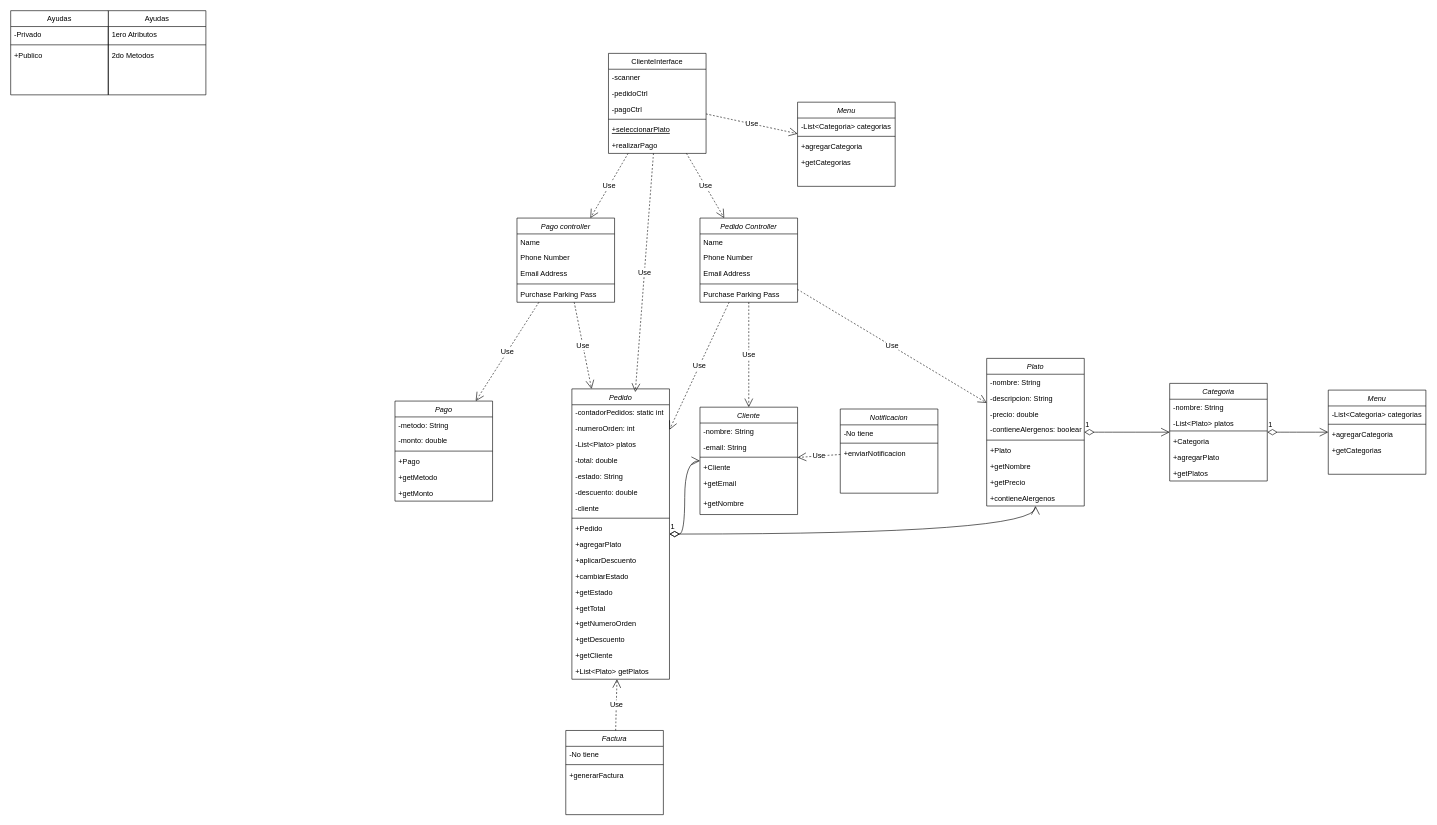
This is src/Diagramas/Diagrama sin título.drawio from fjonasuade/PedidosYa-PDS, a draw.io file, before an edit. Source tidied: cells renumbered, new cells numbered last; positions are measured from the earlier drawing's top-left corner, leaving out a move shared by most shapes. Both pictures are drawn from the tidied source at 61%, with x=0, y=0 at pixel (10, 10).
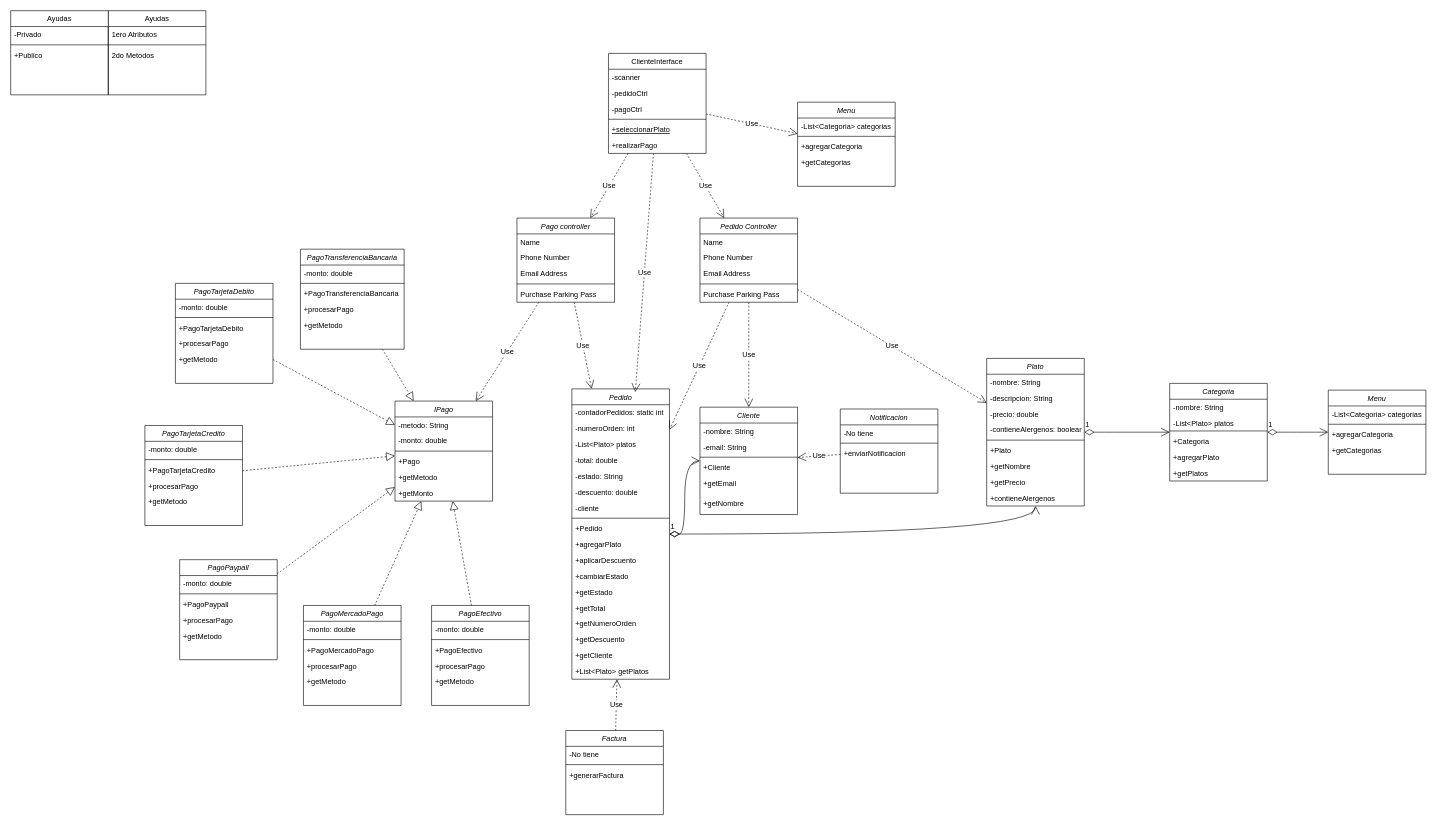
The same diagram, later.

Diff of the diagram source:
```diff
@@
-    <mxCell id="22" value="Pago&#10;" style="swimlane;fontStyle=2;align=center;verticalAlign=top;horizontal=1;startSize=26;rounded=0;shadow=0;strokeWidth=1;" parent="1" vertex="1">
+    <mxCell id="22" value="IPago&#10;" style="swimlane;fontStyle=2;align=center;verticalAlign=top;horizontal=1;startSize=26;rounded=0;shadow=0;strokeWidth=1;" parent="1" vertex="1">
       <mxGeometry x="630" y="640" width="160" height="164" as="geometry" />
     </mxCell>
@@
+    <mxCell id="112" value="PagoEfectivo&#10;" style="swimlane;fontStyle=2;align=center;verticalAlign=top;horizontal=1;startSize=26;rounded=0;shadow=0;strokeWidth=1;" parent="1" vertex="1">
+      <mxGeometry x="690" y="975" width="160" height="164" as="geometry" />
+    </mxCell>
+    <mxCell id="113" value="-monto: double" style="text;align=left;verticalAlign=top;spacingLeft=4;spacingRight=4;overflow=hidden;rounded=0;shadow=0;html=0;" parent="112" vertex="1">
+      <mxGeometry y="26" width="160" height="26" as="geometry" />
+    </mxCell>
+    <mxCell id="114" style="line;html=1;strokeWidth=1;align=left;verticalAlign=middle;spacingTop=-1;spacingLeft=3;spacingRight=3;labelPosition=right;" parent="112" vertex="1">
+      <mxGeometry y="52" width="160" height="8" as="geometry" />
+    </mxCell>
+    <mxCell id="115" value="+PagoEfectivo" style="text;align=left;verticalAlign=top;spacingLeft=4;spacingRight=4;overflow=hidden;" parent="112" vertex="1">
+      <mxGeometry y="60" width="160" height="26" as="geometry" />
+    </mxCell>
+    <mxCell id="116" value="+procesarPago" style="text;align=left;verticalAlign=top;spacingLeft=4;spacingRight=4;overflow=hidden;" parent="112" vertex="1">
+      <mxGeometry y="86" width="160" height="26" as="geometry" />
+    </mxCell>
+    <mxCell id="117" value="+getMetodo" style="text;align=left;verticalAlign=top;spacingLeft=4;spacingRight=4;overflow=hidden;" parent="112" vertex="1">
+      <mxGeometry y="112" width="160" height="26" as="geometry" />
+    </mxCell>
+    <mxCell id="118" value="PagoMercadoPago&#10;" style="swimlane;fontStyle=2;align=center;verticalAlign=top;horizontal=1;startSize=26;rounded=0;shadow=0;strokeWidth=1;" parent="1" vertex="1">
+      <mxGeometry x="480" y="975" width="160" height="164" as="geometry" />
+    </mxCell>
+    <mxCell id="119" value="-monto: double" style="text;align=left;verticalAlign=top;spacingLeft=4;spacingRight=4;overflow=hidden;rounded=0;shadow=0;html=0;" parent="118" vertex="1">
+      <mxGeometry y="26" width="160" height="26" as="geometry" />
+    </mxCell>
+    <mxCell id="120" style="line;html=1;strokeWidth=1;align=left;verticalAlign=middle;spacingTop=-1;spacingLeft=3;spacingRight=3;labelPosition=right;" parent="118" vertex="1">
+      <mxGeometry y="52" width="160" height="8" as="geometry" />
+    </mxCell>
+    <mxCell id="121" value="+PagoMercadoPago" style="text;align=left;verticalAlign=top;spacingLeft=4;spacingRight=4;overflow=hidden;" parent="118" vertex="1">
+      <mxGeometry y="60" width="160" height="26" as="geometry" />
+    </mxCell>
+    <mxCell id="122" value="+procesarPago" style="text;align=left;verticalAlign=top;spacingLeft=4;spacingRight=4;overflow=hidden;" parent="118" vertex="1">
+      <mxGeometry y="86" width="160" height="26" as="geometry" />
+    </mxCell>
+    <mxCell id="123" value="+getMetodo" style="text;align=left;verticalAlign=top;spacingLeft=4;spacingRight=4;overflow=hidden;" parent="118" vertex="1">
+      <mxGeometry y="112" width="160" height="26" as="geometry" />
+    </mxCell>
+    <mxCell id="124" value="PagoPaypall&#10;" style="swimlane;fontStyle=2;align=center;verticalAlign=top;horizontal=1;startSize=26;rounded=0;shadow=0;strokeWidth=1;" parent="1" vertex="1">
+      <mxGeometry x="277" y="900" width="160" height="164" as="geometry" />
+    </mxCell>
+    <mxCell id="125" value="-monto: double" style="text;align=left;verticalAlign=top;spacingLeft=4;spacingRight=4;overflow=hidden;rounded=0;shadow=0;html=0;" parent="124" vertex="1">
+      <mxGeometry y="26" width="160" height="26" as="geometry" />
+    </mxCell>
+    <mxCell id="126" style="line;html=1;strokeWidth=1;align=left;verticalAlign=middle;spacingTop=-1;spacingLeft=3;spacingRight=3;labelPosition=right;" parent="124" vertex="1">
+      <mxGeometry y="52" width="160" height="8" as="geometry" />
+    </mxCell>
+    <mxCell id="127" value="+PagoPaypall&#10;" style="text;align=left;verticalAlign=top;spacingLeft=4;spacingRight=4;overflow=hidden;" parent="124" vertex="1">
+      <mxGeometry y="60" width="160" height="26" as="geometry" />
+    </mxCell>
+    <mxCell id="128" value="+procesarPago" style="text;align=left;verticalAlign=top;spacingLeft=4;spacingRight=4;overflow=hidden;" parent="124" vertex="1">
+      <mxGeometry y="86" width="160" height="26" as="geometry" />
+    </mxCell>
+    <mxCell id="129" value="+getMetodo" style="text;align=left;verticalAlign=top;spacingLeft=4;spacingRight=4;overflow=hidden;" parent="124" vertex="1">
+      <mxGeometry y="112" width="160" height="26" as="geometry" />
+    </mxCell>
+    <mxCell id="130" value="PagoTarjetaCredito&#10;" style="swimlane;fontStyle=2;align=center;verticalAlign=top;horizontal=1;startSize=26;rounded=0;shadow=0;strokeWidth=1;" parent="1" vertex="1">
+      <mxGeometry x="220" y="680" width="160" height="164" as="geometry" />
+    </mxCell>
+    <mxCell id="131" value="-monto: double" style="text;align=left;verticalAlign=top;spacingLeft=4;spacingRight=4;overflow=hidden;rounded=0;shadow=0;html=0;" parent="130" vertex="1">
+      <mxGeometry y="26" width="160" height="26" as="geometry" />
+    </mxCell>
+    <mxCell id="132" style="line;html=1;strokeWidth=1;align=left;verticalAlign=middle;spacingTop=-1;spacingLeft=3;spacingRight=3;labelPosition=right;" parent="130" vertex="1">
+      <mxGeometry y="52" width="160" height="8" as="geometry" />
+    </mxCell>
+    <mxCell id="133" value="+PagoTarjetaCredito" style="text;align=left;verticalAlign=top;spacingLeft=4;spacingRight=4;overflow=hidden;" parent="130" vertex="1">
+      <mxGeometry y="60" width="160" height="26" as="geometry" />
+    </mxCell>
+    <mxCell id="134" value="+procesarPago" style="text;align=left;verticalAlign=top;spacingLeft=4;spacingRight=4;overflow=hidden;" parent="130" vertex="1">
+      <mxGeometry y="86" width="160" height="26" as="geometry" />
+    </mxCell>
+    <mxCell id="135" value="+getMetodo" style="text;align=left;verticalAlign=top;spacingLeft=4;spacingRight=4;overflow=hidden;" parent="130" vertex="1">
+      <mxGeometry y="112" width="160" height="26" as="geometry" />
+    </mxCell>
+    <mxCell id="136" value="PagoTarjetaDebito&#10;" style="swimlane;fontStyle=2;align=center;verticalAlign=top;horizontal=1;startSize=26;rounded=0;shadow=0;strokeWidth=1;" parent="1" vertex="1">
+      <mxGeometry x="270" y="447" width="160" height="164" as="geometry" />
+    </mxCell>
+    <mxCell id="137" value="-monto: double" style="text;align=left;verticalAlign=top;spacingLeft=4;spacingRight=4;overflow=hidden;rounded=0;shadow=0;html=0;" parent="136" vertex="1">
+      <mxGeometry y="26" width="160" height="26" as="geometry" />
+    </mxCell>
+    <mxCell id="138" style="line;html=1;strokeWidth=1;align=left;verticalAlign=middle;spacingTop=-1;spacingLeft=3;spacingRight=3;labelPosition=right;" parent="136" vertex="1">
+      <mxGeometry y="52" width="160" height="8" as="geometry" />
+    </mxCell>
+    <mxCell id="139" value="+PagoTarjetaDebito" style="text;align=left;verticalAlign=top;spacingLeft=4;spacingRight=4;overflow=hidden;" parent="136" vertex="1">
+      <mxGeometry y="60" width="160" height="26" as="geometry" />
+    </mxCell>
+    <mxCell id="140" value="+procesarPago&#10;" style="text;align=left;verticalAlign=top;spacingLeft=4;spacingRight=4;overflow=hidden;" parent="136" vertex="1">
+      <mxGeometry y="86" width="160" height="26" as="geometry" />
+    </mxCell>
+    <mxCell id="141" value="+getMetodo" style="text;align=left;verticalAlign=top;spacingLeft=4;spacingRight=4;overflow=hidden;" parent="136" vertex="1">
+      <mxGeometry y="112" width="160" height="26" as="geometry" />
+    </mxCell>
+    <mxCell id="142" value="PagoTransferenciaBancaria" style="swimlane;fontStyle=2;align=center;verticalAlign=top;horizontal=1;startSize=26;rounded=0;shadow=0;strokeWidth=1;" parent="1" vertex="1">
+      <mxGeometry x="475" y="391" width="170" height="164" as="geometry" />
+    </mxCell>
+    <mxCell id="143" value="-monto: double" style="text;align=left;verticalAlign=top;spacingLeft=4;spacingRight=4;overflow=hidden;rounded=0;shadow=0;html=0;" parent="142" vertex="1">
+      <mxGeometry y="26" width="170" height="26" as="geometry" />
+    </mxCell>
+    <mxCell id="144" style="line;html=1;strokeWidth=1;align=left;verticalAlign=middle;spacingTop=-1;spacingLeft=3;spacingRight=3;labelPosition=right;" parent="142" vertex="1">
+      <mxGeometry y="52" width="170" height="8" as="geometry" />
+    </mxCell>
+    <mxCell id="145" value="+PagoTransferenciaBancaria" style="text;align=left;verticalAlign=top;spacingLeft=4;spacingRight=4;overflow=hidden;" parent="142" vertex="1">
+      <mxGeometry y="60" width="170" height="26" as="geometry" />
+    </mxCell>
+    <mxCell id="146" value="+procesarPago" style="text;align=left;verticalAlign=top;spacingLeft=4;spacingRight=4;overflow=hidden;" parent="142" vertex="1">
+      <mxGeometry y="86" width="170" height="26" as="geometry" />
+    </mxCell>
+    <mxCell id="147" value="+getMetodo" style="text;align=left;verticalAlign=top;spacingLeft=4;spacingRight=4;overflow=hidden;" parent="142" vertex="1">
+      <mxGeometry y="112" width="170" height="26" as="geometry" />
+    </mxCell>
+    <mxCell id="148" style="endArrow=block;dashed=1;endFill=0;endSize=12;html=1;rounded=0;fontSize=12;curved=1;" parent="1" edge="1" source="130" target="22">
+      <mxGeometry relative="1" as="geometry" />
+    </mxCell>
+    <mxCell id="149" style="endArrow=block;dashed=1;endFill=0;endSize=12;html=1;rounded=0;fontSize=12;curved=1;" parent="1" edge="1" source="124" target="22">
+      <mxGeometry relative="1" as="geometry" />
+    </mxCell>
+    <mxCell id="150" style="endArrow=block;dashed=1;endFill=0;endSize=12;html=1;rounded=0;fontSize=12;curved=1;" parent="1" edge="1" source="118" target="22">
+      <mxGeometry relative="1" as="geometry" />
+    </mxCell>
+    <mxCell id="151" style="endArrow=block;dashed=1;endFill=0;endSize=12;html=1;rounded=0;fontSize=12;curved=1;" parent="1" edge="1" source="112" target="22">
+      <mxGeometry relative="1" as="geometry" />
+    </mxCell>
+    <mxCell id="152" style="endArrow=block;dashed=1;endFill=0;endSize=12;html=1;rounded=0;fontSize=12;curved=1;" parent="1" edge="1" source="136" target="22">
+      <mxGeometry relative="1" as="geometry" />
+    </mxCell>
+    <mxCell id="153" style="endArrow=block;dashed=1;endFill=0;endSize=12;html=1;rounded=0;fontSize=12;curved=1;" parent="1" edge="1" source="142" target="22">
+      <mxGeometry relative="1" as="geometry" />
+    </mxCell>
```
